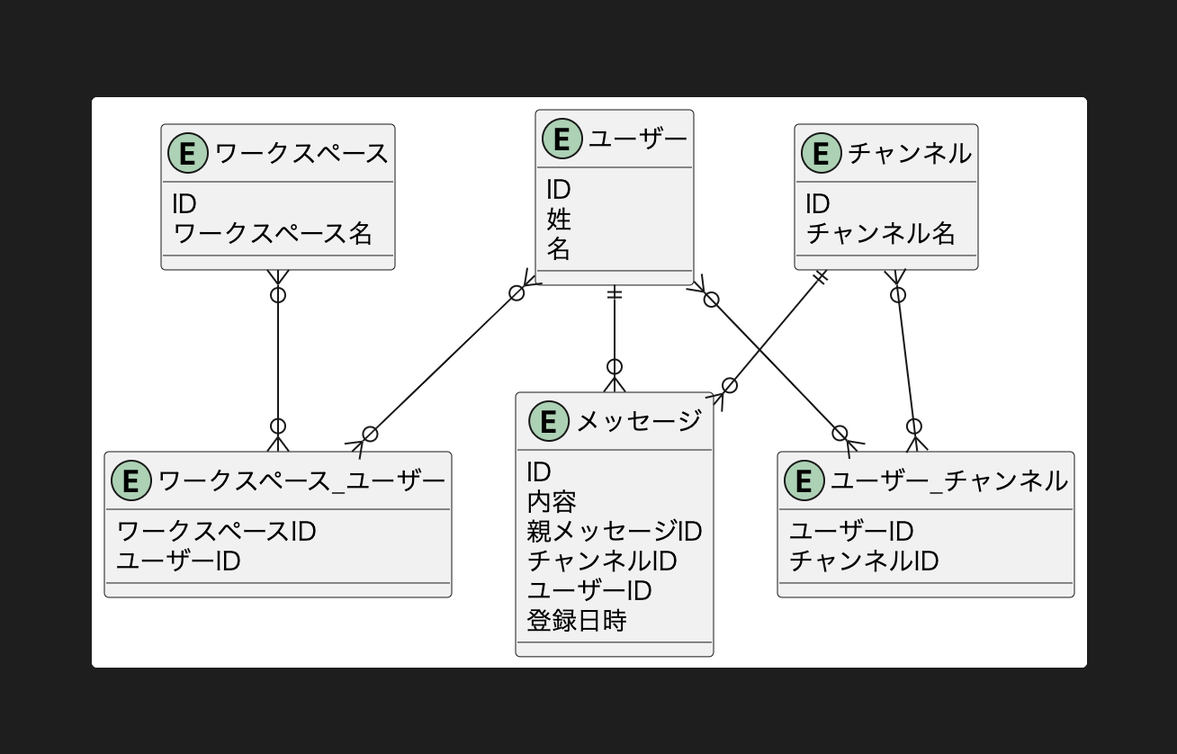
This is db-modeling-2/works/erd.png from nyuusen/praha-challenge, a PlantUML export, as it was before one commit. Its source is kept beside it as db-modeling-2/works/erd.pu.
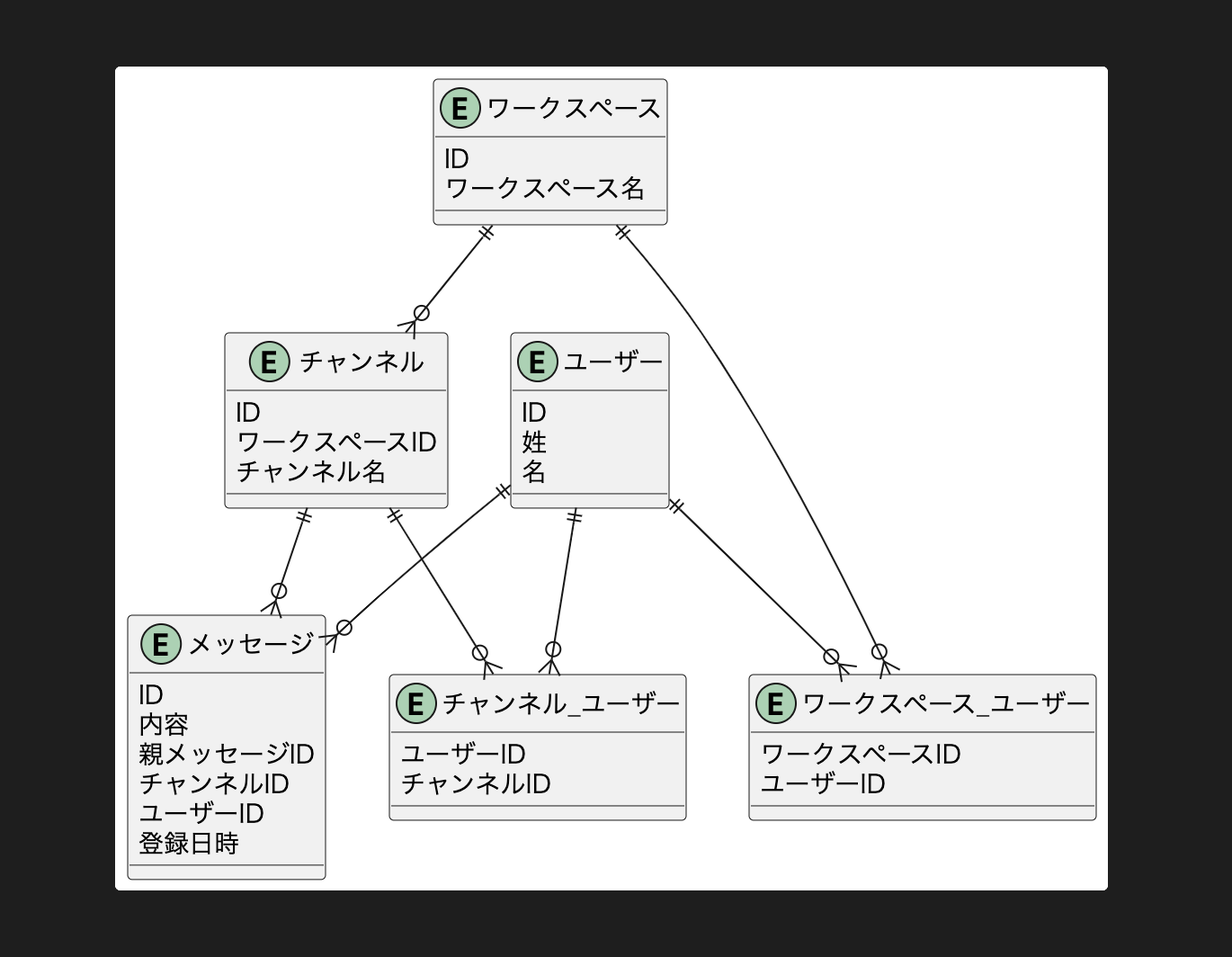
After the change.

The edit, as a diff of the source:
```diff
@@ -1,9 +1,10 @@
 @startuml
 !include tables.pu
-ワークスペース }o-d-o{ ワークスペース_ユーザー
-ユーザー }o-d-o{ ワークスペース_ユーザー
-ユーザー }o-d-o{ ユーザー_チャンネル
-チャンネル }o-d-o{ ユーザー_チャンネル
+ワークスペース ||-d-o{ ワークスペース_ユーザー
+ワークスペース ||-d-o{ チャンネル
+ユーザー ||-d-o{ ワークスペース_ユーザー
+ユーザー ||-d-o{ チャンネル_ユーザー
+チャンネル ||-d-o{ チャンネル_ユーザー
 ユーザー ||-d-o{ メッセージ
 チャンネル ||-d-o{ メッセージ
 @enduml
```
